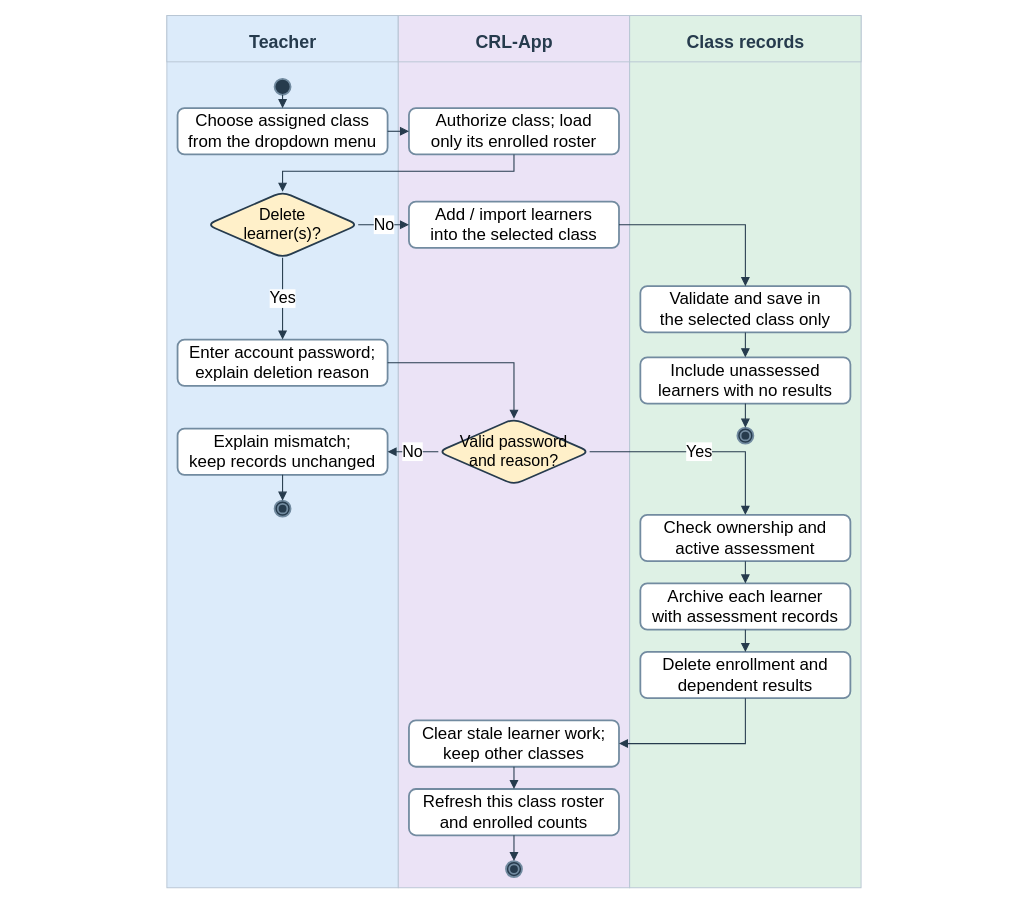
Above: docs/diagrams/class-workspaces/figure-15b-learner-management.drawio in AkuSayangKamuJudaSayang/crl-app (draw.io), before the change. Source tidied: cells renumbered, new cells numbered last; positions are measured from the earlier drawing's top-left corner, leaving out a move shared by most shapes. Both pictures are drawn from the tidied source at 89%, with x=0, y=0 at pixel (15, 15).
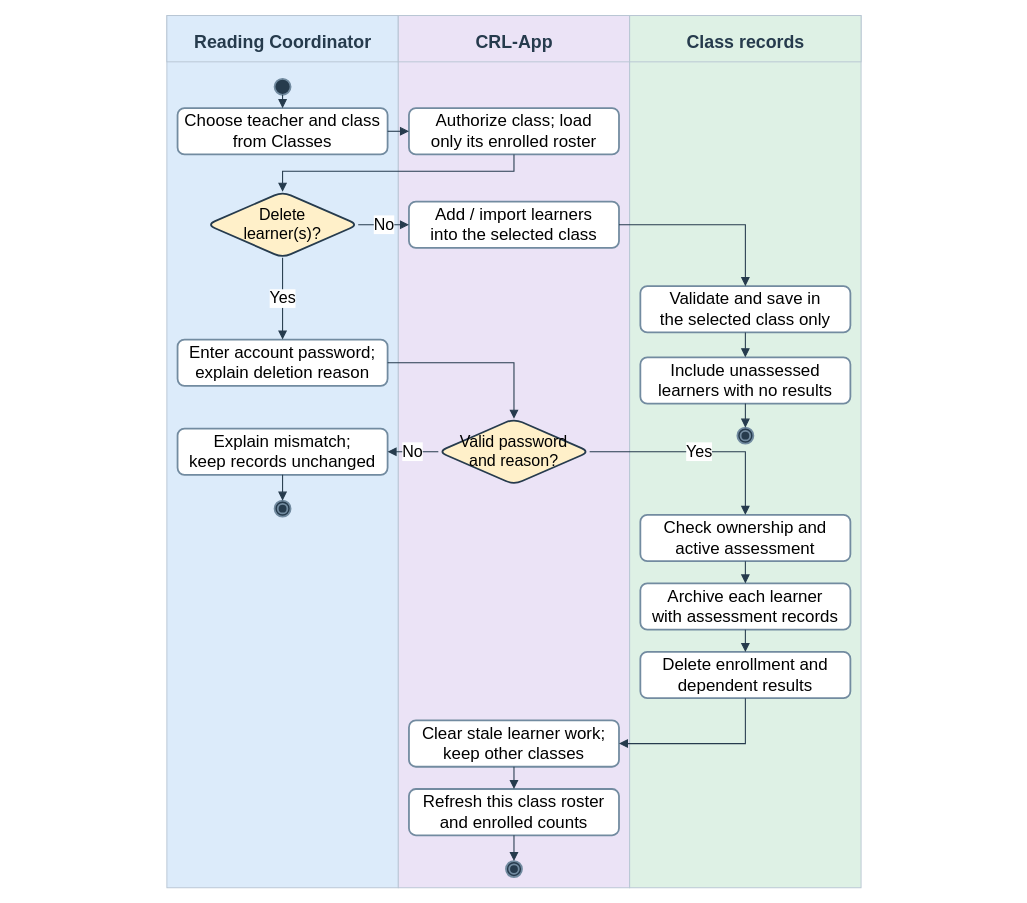
Above is the later version.

The edit, as a diff of the source:
```diff
@@
-    <mxCell id="4" value="Teacher" style="text;html=1;fontFamily=Arial;align=center;verticalAlign=top;fontSize=20;fontColor=#263b4d;fontStyle=1;strokeColor=none;fillColor=none;" parent="1" vertex="1">
+    <mxCell id="4" value="Reading Coordinator" style="text;html=1;fontFamily=Arial;align=center;verticalAlign=top;fontSize=20;fontColor=#263b4d;fontStyle=1;strokeColor=none;fillColor=none;" parent="1" vertex="1">
       <mxGeometry y="11" width="600" height="24" as="geometry" />
     </mxCell>
@@
-    <mxCell id="12" value="Choose assigned class&lt;br&gt;from the dropdown menu" style="rounded=1;whiteSpace=wrap;html=1;fontFamily=Arial;fillColor=#ffffff;strokeColor=#728ba0;strokeWidth=2;fontSize=19;" parent="1" vertex="1">
+    <mxCell id="12" value="Choose teacher and class&lt;br&gt;from Classes" style="rounded=1;whiteSpace=wrap;html=1;fontFamily=Arial;fillColor=#ffffff;strokeColor=#728ba0;strokeWidth=2;fontSize=19;" parent="1" vertex="1">
       <mxGeometry x="182" y="104" width="236" height="52" as="geometry" />
     </mxCell>
```
